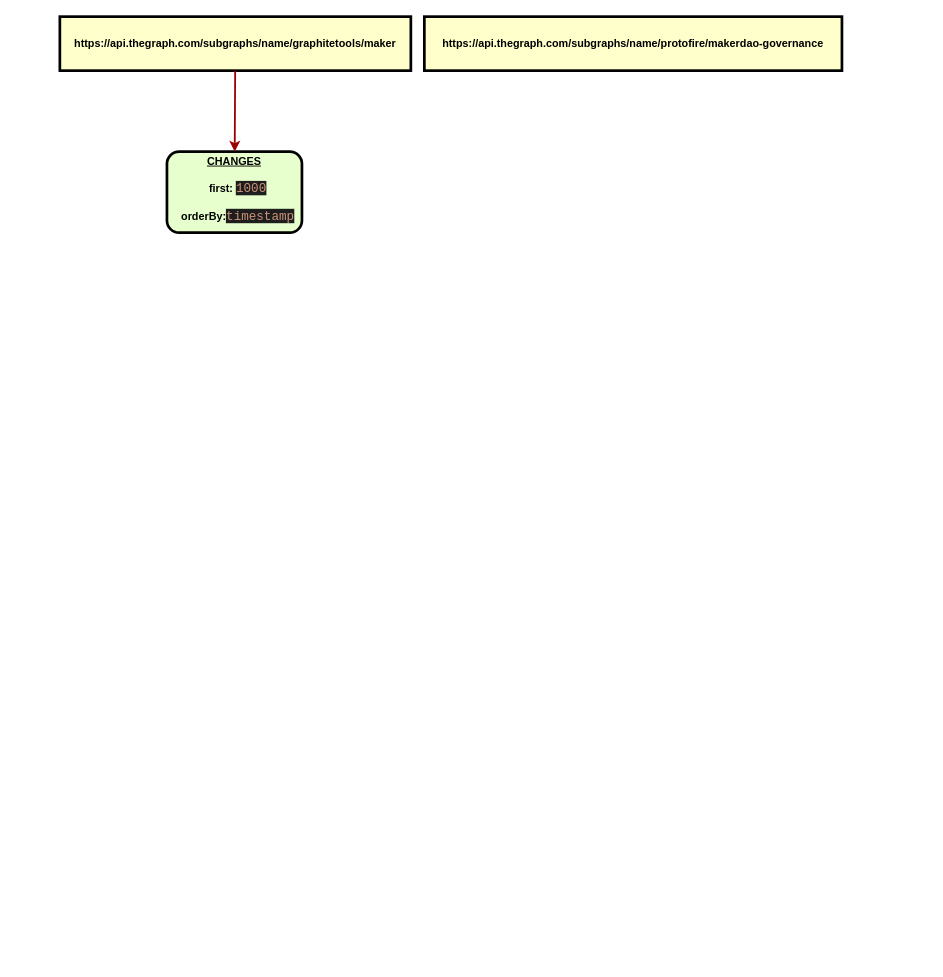
The draw.io diagram Spells(changelogs).drawio in makerdao/makerdao-status, before the edit. Source tidied: cells renumbered, new cells numbered last; positions are measured from the earlier drawing's top-left corner, leaving out a move shared by most shapes. Both pictures are drawn from the tidied source at 90%, with x=0, y=0 at pixel (59, 16).
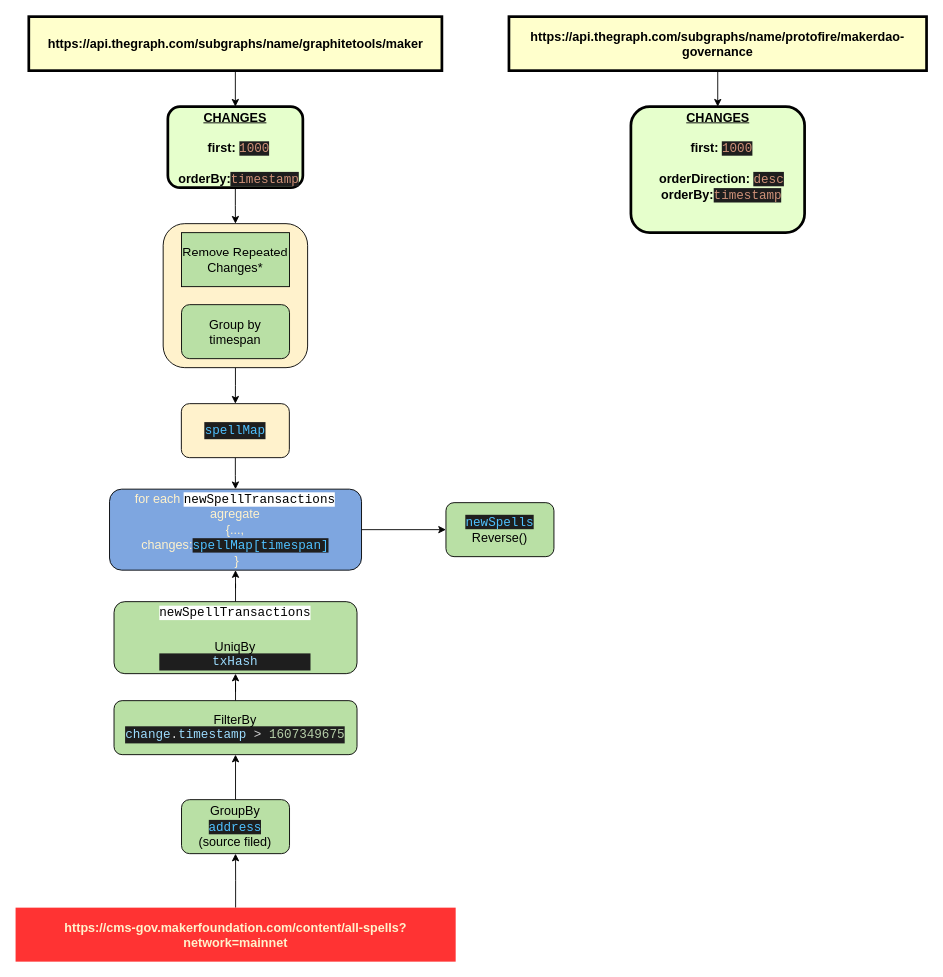
The same page after the edit.

What changed in the source:
```diff
@@
+    <mxCell id="6" style="edgeStyle=orthogonalEdgeStyle;rounded=0;jettySize=auto;html=1;exitX=0.5;exitY=1;exitDx=0;exitDy=0;fontSize=14;" parent="1" edge="1" source="2" target="10">
+      <mxGeometry relative="1" as="geometry" />
+    </mxCell>
-    <mxCell id="2" value="&lt;p style=&quot;margin: 0px ; margin-top: 4px ; text-align: center ; text-decoration: underline&quot;&gt;&lt;strong&gt;CHANGES&lt;br&gt;&lt;/strong&gt;&lt;/p&gt;&lt;p style=&quot;margin: 0px ; margin-left: 8px&quot;&gt;&lt;br&gt;first:&amp;nbsp;&lt;span style=&quot;color: rgb(206 , 145 , 120) ; background-color: rgb(30 , 30 , 30) ; font-family: &amp;#34;droid sans mono&amp;#34; , monospace , monospace , &amp;#34;droid sans fallback&amp;#34; ; font-size: 14px ; font-weight: normal&quot;&gt;1000&lt;/span&gt;&lt;/p&gt;&lt;p style=&quot;margin: 0px ; margin-left: 8px&quot;&gt;&amp;nbsp;&lt;/p&gt;&lt;p style=&quot;margin: 0px ; margin-left: 8px&quot;&gt;orderBy:&lt;span style=&quot;color: rgb(206 , 145 , 120) ; background-color: rgb(30 , 30 , 30) ; font-family: &amp;#34;droid sans mono&amp;#34; , monospace , monospace , &amp;#34;droid sans fallback&amp;#34; ; font-size: 14px ; font-weight: normal&quot;&gt;timestamp&lt;/span&gt;&lt;/p&gt;" style="verticalAlign=middle;align=center;overflow=fill;fontSize=12;fontFamily=Helvetica;html=1;rounded=1;fontStyle=1;strokeWidth=3;fillColor=#E6FFCC;" parent="1" vertex="1">
-      <mxGeometry x="119" y="150" width="150" height="90" as="geometry" />
+    <mxCell id="2" value="&lt;p style=&quot;margin: 4px 0px 0px; text-align: center; text-decoration: underline; font-size: 14px;&quot;&gt;&lt;strong style=&quot;font-size: 14px;&quot;&gt;CHANGES&lt;br style=&quot;font-size: 14px;&quot;&gt;&lt;/strong&gt;&lt;/p&gt;&lt;p style=&quot;margin: 0px 0px 0px 8px; font-size: 14px;&quot;&gt;&lt;br style=&quot;font-size: 14px;&quot;&gt;first:&amp;nbsp;&lt;span style=&quot;color: rgb(206, 145, 120); background-color: rgb(30, 30, 30); font-family: &amp;quot;droid sans mono&amp;quot;, monospace, monospace, &amp;quot;droid sans fallback&amp;quot;; font-size: 14px; font-weight: normal;&quot;&gt;1000&lt;/span&gt;&lt;/p&gt;&lt;p style=&quot;margin: 0px 0px 0px 8px; font-size: 14px;&quot;&gt;&amp;nbsp;&lt;/p&gt;&lt;p style=&quot;margin: 0px 0px 0px 8px; font-size: 14px;&quot;&gt;orderBy:&lt;span style=&quot;color: rgb(206, 145, 120); background-color: rgb(30, 30, 30); font-family: &amp;quot;droid sans mono&amp;quot;, monospace, monospace, &amp;quot;droid sans fallback&amp;quot;; font-size: 14px; font-weight: normal;&quot;&gt;timestamp&lt;/span&gt;&lt;/p&gt;" style="verticalAlign=middle;align=center;overflow=fill;fontSize=14;fontFamily=Helvetica;html=1;rounded=1;fontStyle=1;strokeWidth=3;fillColor=#E6FFCC;" parent="1" vertex="1">
+      <mxGeometry x="120" y="100" width="150" height="90" as="geometry" />
     </mxCell>
+    <mxCell id="4" style="edgeStyle=orthogonalEdgeStyle;rounded=0;jettySize=auto;html=1;fontSize=14;" parent="1" edge="1" source="3" target="2">
+      <mxGeometry relative="1" as="geometry" />
+    </mxCell>
-    <mxCell id="3" value="https://api.thegraph.com/subgraphs/name/graphitetools/maker" style="whiteSpace=wrap;align=center;verticalAlign=middle;fontStyle=1;strokeWidth=3;fillColor=#FFFFCC;" parent="1" vertex="1">
-      <mxGeometry width="390" height="60" as="geometry" />
+    <mxCell id="3" value="https://api.thegraph.com/subgraphs/name/graphitetools/maker" style="whiteSpace=wrap;align=center;verticalAlign=middle;fontStyle=1;strokeWidth=3;fillColor=#FFFFCC;fontSize=14;" parent="1" vertex="1">
+      <mxGeometry x="-34.5" width="459" height="60" as="geometry" />
     </mxCell>
-    <mxCell id="4" style="edgeStyle=none;noEdgeStyle=1;strokeColor=#990000;strokeWidth=2;" parent="1" edge="1" source="3" target="2">
-      <mxGeometry relative="1" as="geometry" />
-    </mxCell>
+    <mxCell id="7" style="edgeStyle=orthogonalEdgeStyle;rounded=0;jettySize=auto;html=1;fontSize=14;fontColor=#FFF2CC;" parent="1" edge="1" source="5" target="8">
+      <mxGeometry relative="1" as="geometry" />
+    </mxCell>
-    <mxCell id="5" value="https://api.thegraph.com/subgraphs/name/protofire/makerdao-governance" style="whiteSpace=wrap;align=center;verticalAlign=middle;fontStyle=1;strokeWidth=3;fillColor=#FFFFCC;" parent="1" vertex="1">
-      <mxGeometry x="405" width="464" height="60" as="geometry" />
+    <mxCell id="5" value="https://api.thegraph.com/subgraphs/name/protofire/makerdao-governance" style="whiteSpace=wrap;align=center;verticalAlign=middle;fontStyle=1;strokeWidth=3;fillColor=#FFFFCC;fontSize=14;" parent="1" vertex="1">
+      <mxGeometry x="499" width="464" height="60" as="geometry" />
     </mxCell>
+    <mxCell id="8" value="&lt;p style=&quot;margin: 4px 0px 0px ; text-align: center ; text-decoration: underline ; font-size: 14px&quot;&gt;&lt;strong style=&quot;font-size: 14px&quot;&gt;CHANGES&lt;br style=&quot;font-size: 14px&quot;&gt;&lt;/strong&gt;&lt;/p&gt;&lt;p style=&quot;margin: 0px 0px 0px 8px ; font-size: 14px&quot;&gt;&lt;br style=&quot;font-size: 14px&quot;&gt;first:&amp;nbsp;&lt;span style=&quot;color: rgb(206 , 145 , 120) ; background-color: rgb(30 , 30 , 30) ; font-family: &amp;#34;droid sans mono&amp;#34; , monospace , monospace , &amp;#34;droid sans fallback&amp;#34; ; font-size: 14px ; font-weight: normal&quot;&gt;1000&lt;/span&gt;&lt;/p&gt;&lt;p style=&quot;margin: 0px 0px 0px 8px ; font-size: 14px&quot;&gt;&amp;nbsp;&lt;/p&gt;&lt;p style=&quot;margin: 0px 0px 0px 8px ; font-size: 14px&quot;&gt;orderDirection:&amp;nbsp;&lt;span style=&quot;color: rgb(206 , 145 , 120) ; background-color: rgb(30 , 30 , 30) ; font-family: &amp;#34;droid sans mono&amp;#34; , monospace , monospace , &amp;#34;droid sans fallback&amp;#34; ; font-weight: normal&quot;&gt;desc&lt;/span&gt;&lt;/p&gt;&lt;p style=&quot;margin: 0px 0px 0px 8px ; font-size: 14px&quot;&gt;orderBy:&lt;span style=&quot;color: rgb(206 , 145 , 120) ; background-color: rgb(30 , 30 , 30) ; font-family: &amp;#34;droid sans mono&amp;#34; , monospace , monospace , &amp;#34;droid sans fallback&amp;#34; ; font-size: 14px ; font-weight: normal&quot;&gt;timestamp&lt;/span&gt;&lt;/p&gt;" style="verticalAlign=middle;align=center;overflow=fill;fontSize=14;fontFamily=Helvetica;html=1;rounded=1;fontStyle=1;strokeWidth=3;fillColor=#E6FFCC;" parent="1" vertex="1">
+      <mxGeometry x="634.5" y="100" width="193" height="140" as="geometry" />
+    </mxCell>
+    <mxCell id="9" style="edgeStyle=orthogonalEdgeStyle;rounded=0;jettySize=auto;html=1;fontSize=14;" parent="1" edge="1" source="10" target="14">
+      <mxGeometry relative="1" as="geometry" />
+    </mxCell>
+    <mxCell id="10" style="rounded=1;whiteSpace=wrap;html=1;fillColor=#FFF2CC;fontSize=14;" parent="1" vertex="1">
+      <mxGeometry x="114.8" y="230" width="160.5" height="160" as="geometry" />
+    </mxCell>
+    <mxCell id="11" value="Remove Repeated Changes*" style="rounded=0;whiteSpace=wrap;html=1;fillColor=#B9E0A5;fontSize=14;" parent="1" vertex="1">
+      <mxGeometry x="135.2" y="240" width="120" height="60" as="geometry" />
+    </mxCell>
+    <mxCell id="12" value="Group by timespan" style="rounded=1;whiteSpace=wrap;html=1;strokeColor=#000000;fillColor=#B9E0A5;fontSize=14;" parent="1" vertex="1">
+      <mxGeometry x="135.2" y="320" width="120" height="60" as="geometry" />
+    </mxCell>
+    <mxCell id="13" style="edgeStyle=orthogonalEdgeStyle;rounded=0;jettySize=auto;html=1;fontSize=14;fontColor=#FFF2CC;" parent="1" edge="1" source="14" target="24">
+      <mxGeometry relative="1" as="geometry" />
+    </mxCell>
+    <mxCell id="14" value="&lt;div style=&quot;color: rgb(212, 212, 212); background-color: rgb(30, 30, 30); font-family: &amp;quot;droid sans mono&amp;quot;, monospace, monospace, &amp;quot;droid sans fallback&amp;quot;; font-size: 14px; line-height: 19px;&quot;&gt;&lt;span style=&quot;color: rgb(79, 193, 255); font-size: 14px;&quot;&gt;spellMap&lt;/span&gt;&lt;/div&gt;" style="whiteSpace=wrap;html=1;rounded=1;fillColor=#FFF2CC;fontSize=14;" parent="1" vertex="1">
+      <mxGeometry x="135" y="430" width="120" height="60" as="geometry" />
+    </mxCell>
+    <mxCell id="15" style="edgeStyle=orthogonalEdgeStyle;rounded=0;jettySize=auto;html=1;fontColor=#FFF2CC;fontSize=14;" parent="1" edge="1" source="16" target="18">
+      <mxGeometry relative="1" as="geometry" />
+    </mxCell>
+    <mxCell id="16" value="https://cms-gov.makerfoundation.com/content/all-spells?network=mainnet" style="whiteSpace=wrap;align=center;verticalAlign=middle;fontStyle=1;strokeWidth=3;fillColor=#FF3333;strokeColor=none;fontColor=#FFF2CC;fontSize=14;" parent="1" vertex="1">
+      <mxGeometry x="-49.2" y="990" width="489" height="60" as="geometry" />
+    </mxCell>
+    <mxCell id="17" style="edgeStyle=orthogonalEdgeStyle;rounded=0;jettySize=auto;html=1;fontColor=#FFF2CC;fontSize=14;" parent="1" edge="1" source="18" target="20">
+      <mxGeometry relative="1" as="geometry" />
+    </mxCell>
+    <mxCell id="18" value="GroupBy&lt;br style=&quot;font-size: 14px;&quot;&gt;&amp;nbsp;&lt;span style=&quot;color: rgb(79, 193, 255); background-color: rgb(30, 30, 30); font-family: &amp;quot;droid sans mono&amp;quot;, monospace, monospace, &amp;quot;droid sans fallback&amp;quot;; font-size: 14px;&quot;&gt;address&lt;/span&gt;&lt;span style=&quot;font-size: 14px;&quot;&gt;&amp;nbsp;&lt;br style=&quot;font-size: 14px;&quot;&gt;(source filed)&lt;/span&gt;" style="rounded=1;whiteSpace=wrap;html=1;strokeColor=#000000;fillColor=#B9E0A5;fontSize=14;" parent="1" vertex="1">
+      <mxGeometry x="135.2" y="870" width="120" height="60" as="geometry" />
+    </mxCell>
+    <mxCell id="19" style="edgeStyle=orthogonalEdgeStyle;rounded=0;jettySize=auto;html=1;fontColor=#FFF2CC;fontSize=14;" parent="1" edge="1" source="20" target="22">
+      <mxGeometry relative="1" as="geometry" />
+    </mxCell>
+    <mxCell id="20" value="FilterBy&lt;br style=&quot;font-size: 14px;&quot;&gt;&lt;div style=&quot;color: rgb(212, 212, 212); background-color: rgb(30, 30, 30); font-family: &amp;quot;droid sans mono&amp;quot;, monospace, monospace, &amp;quot;droid sans fallback&amp;quot;; font-size: 14px; line-height: 19px;&quot;&gt;&lt;span style=&quot;color: rgb(156, 220, 254); font-size: 14px;&quot;&gt;change&lt;/span&gt;.&lt;span style=&quot;color: rgb(156, 220, 254); font-size: 14px;&quot;&gt;timestamp&lt;/span&gt; &amp;gt; &lt;span style=&quot;color: rgb(181, 206, 168); font-size: 14px;&quot;&gt;1607349675&lt;/span&gt;&lt;/div&gt;" style="rounded=1;whiteSpace=wrap;html=1;strokeColor=#000000;fillColor=#B9E0A5;fontSize=14;" parent="1" vertex="1">
+      <mxGeometry x="60.2" y="760" width="270" height="60" as="geometry" />
+    </mxCell>
+    <mxCell id="21" style="edgeStyle=orthogonalEdgeStyle;rounded=0;jettySize=auto;html=1;fontColor=#FFF2CC;fontSize=14;" parent="1" edge="1" source="22" target="24">
+      <mxGeometry relative="1" as="geometry" />
+    </mxCell>
+    <mxCell id="22" value="&lt;div style=&quot;font-family: &amp;quot;droid sans mono&amp;quot;, monospace, monospace, &amp;quot;droid sans fallback&amp;quot;; font-size: 14px; line-height: 19px;&quot;&gt;&lt;span style=&quot;background-color: rgb(255, 255, 255); font-size: 14px;&quot;&gt;newSpellTransactions&lt;/span&gt;&lt;/div&gt;&lt;div style=&quot;font-family: &amp;quot;droid sans mono&amp;quot;, monospace, monospace, &amp;quot;droid sans fallback&amp;quot;; font-size: 14px; line-height: 19px;&quot;&gt;&lt;span style=&quot;background-color: rgb(255, 255, 255); font-size: 14px;&quot;&gt;&lt;br style=&quot;font-size: 14px;&quot;&gt;&lt;/span&gt;&lt;/div&gt;UniqBy&lt;br style=&quot;font-size: 14px;&quot;&gt;&lt;div style=&quot;background-color: rgb(30, 30, 30); font-family: &amp;quot;droid sans mono&amp;quot;, monospace, monospace, &amp;quot;droid sans fallback&amp;quot;; font-size: 14px; line-height: 19px;&quot;&gt;&lt;font color=&quot;#9cdcfe&quot; style=&quot;font-size: 14px;&quot;&gt;txHash&lt;/font&gt;&lt;/div&gt;" style="rounded=1;whiteSpace=wrap;html=1;strokeColor=#000000;fillColor=#B9E0A5;fontSize=14;" parent="1" vertex="1">
+      <mxGeometry x="60.2" y="650" width="270" height="80" as="geometry" />
+    </mxCell>
+    <mxCell id="23" style="edgeStyle=orthogonalEdgeStyle;rounded=0;jettySize=auto;html=1;fontSize=14;fontColor=#FFF2CC;" parent="1" edge="1" source="24" target="25">
+      <mxGeometry relative="1" as="geometry" />
+    </mxCell>
+    <mxCell id="24" value="&lt;font style=&quot;font-size: 14px&quot;&gt;for each&amp;nbsp;&lt;span style=&quot;color: rgb(0 , 0 , 0) ; font-family: &amp;#34;droid sans mono&amp;#34; , monospace , monospace , &amp;#34;droid sans fallback&amp;#34; ; background-color: rgb(255 , 255 , 255) ; font-size: 14px&quot;&gt;newSpellTransactions&lt;/span&gt;&lt;br style=&quot;font-size: 14px&quot;&gt;&amp;nbsp;agregate&amp;nbsp;&lt;br&gt;{...,&lt;br&gt;changes:&lt;span style=&quot;color: rgb(79 , 193 , 255) ; font-family: &amp;#34;droid sans mono&amp;#34; , monospace , monospace , &amp;#34;droid sans fallback&amp;#34; ; background-color: rgb(30 , 30 , 30)&quot;&gt;spellMap[timespan]&lt;/span&gt;&lt;br&gt;&amp;nbsp;}&lt;br&gt;&lt;/font&gt;" style="rounded=1;whiteSpace=wrap;html=1;fontColor=#FFF2CC;strokeColor=#000000;fillColor=#7EA6E0;fontSize=14;" parent="1" vertex="1">
+      <mxGeometry x="55.2" y="525" width="280" height="90" as="geometry" />
+    </mxCell>
+    <mxCell id="25" value="&lt;span style=&quot;color: rgb(79 , 193 , 255) ; background-color: rgb(30 , 30 , 30) ; font-family: &amp;#34;droid sans mono&amp;#34; , monospace , monospace , &amp;#34;droid sans fallback&amp;#34;&quot;&gt;newSpells&lt;br&gt;&lt;/span&gt;Reverse()" style="rounded=1;whiteSpace=wrap;html=1;strokeColor=#000000;fillColor=#B9E0A5;fontSize=14;" parent="1" vertex="1">
+      <mxGeometry x="429" y="540" width="120" height="60" as="geometry" />
+    </mxCell>
```
